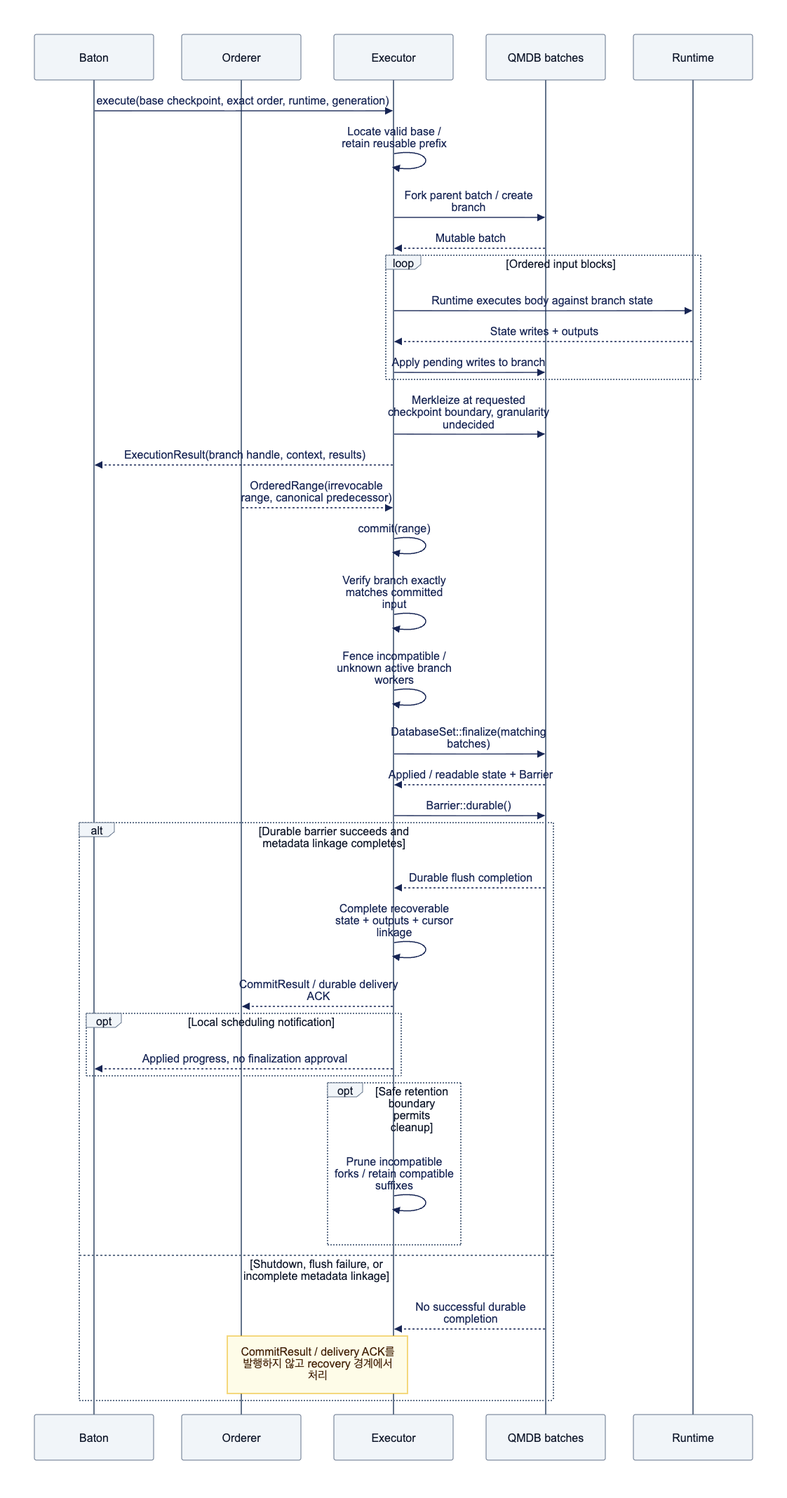
djm07073/baton-research keeps this Mermaid diagram as docs/assets/diagrams/diagram-09.png. Above is the earlier version. Its source is kept beside it as docs/assets/diagrams/diagram-09.mmd.
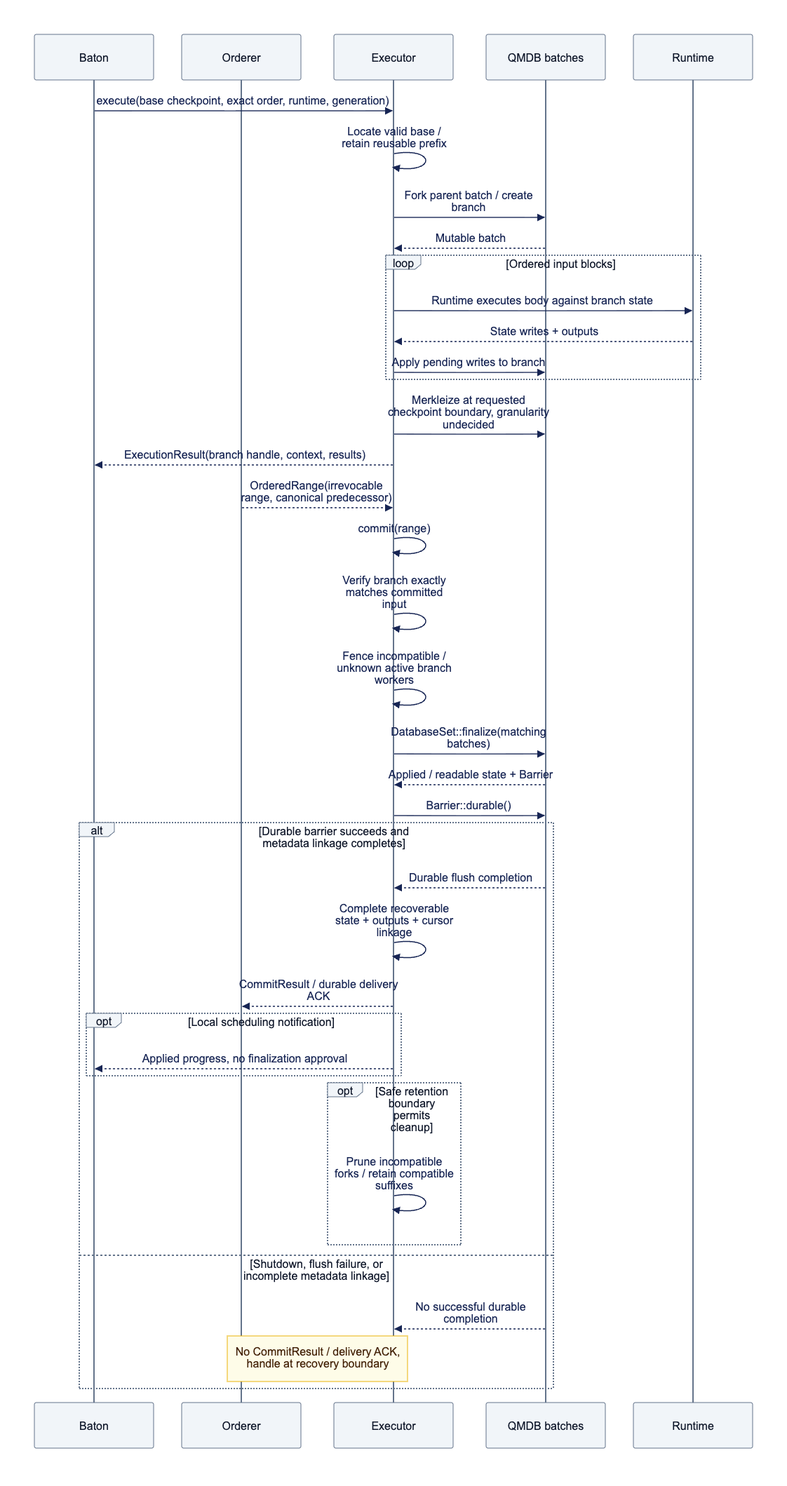
The same file after the commit.

Diff of the diagram source:
```diff
@@ -34,5 +34,5 @@
         end
     else Shutdown, flush failure, or incomplete metadata linkage
         Q-->>O: No successful durable completion
-        Note over M,O: CommitResult / delivery ACK를 발행하지 않고 recovery 경계에서 처리
+        Note over M,O: No CommitResult / delivery ACK, handle at recovery boundary
     end
```
